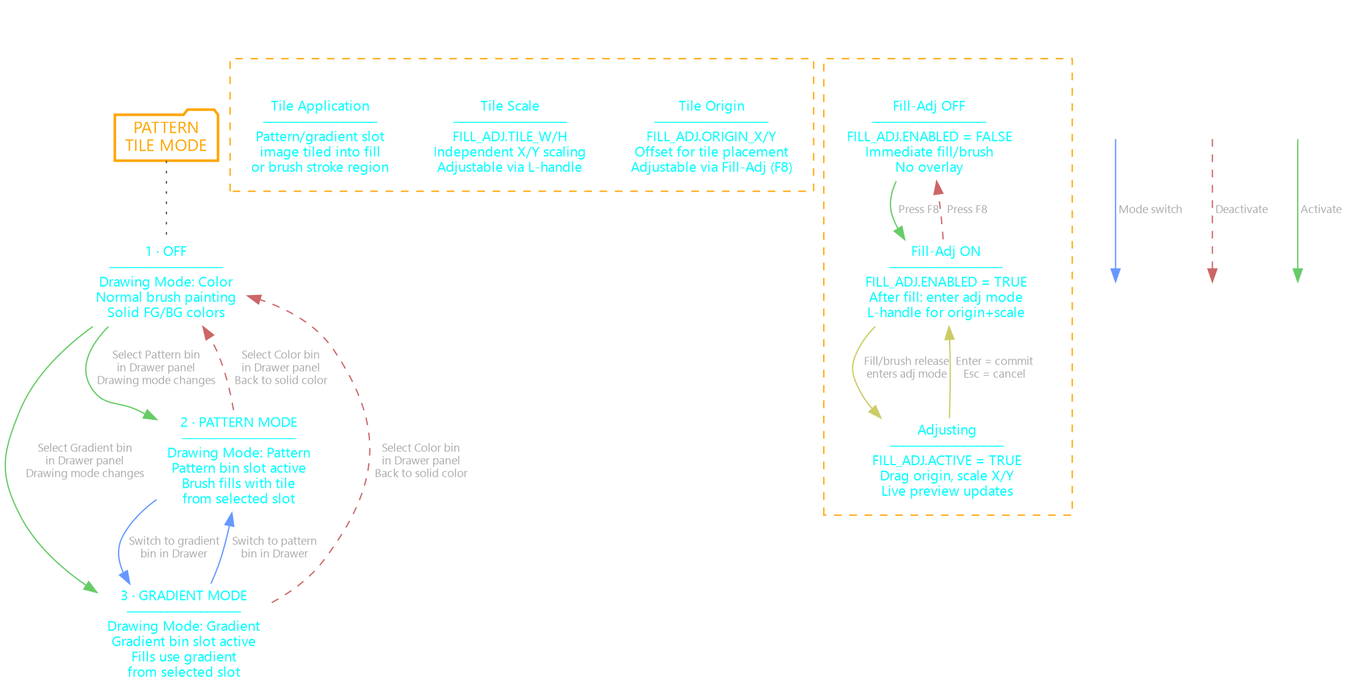
Above: PLANS/diagrams/UTILITIES/PATTERN-TILE-STATES.png in grymmjack/DRAW (Graphviz), before the change. Its source is kept beside it as PLANS/diagrams/UTILITIES/PATTERN-TILE-STATES.DOT. Its diagram source:
```dot
digraph PATTERN_TILE_STATES {
    label="PATTERN TILE MODE STATE MACHINE" labelloc=t labeljust=c
    ordering=out rankdir=TB
    fontcolor=white fontsize=24.0 fontname="Cascadia Code PL"
    splines=true compound=true
    bgcolor=transparent
    edge [
        color=gray fontcolor="#aaaaaa" fontsize=9.0
        fontname="Cascadia Code PL"
    ];
    node [
        color=white shape=rect style=""
        fontname="Cascadia Code PL" fontsize=11.0 fontcolor=cyan
    ];

    { node [shape=folder color=orange penwidth=2 fontcolor=orange fontsize=13.0];
        MAIN [label="PATTERN\nTILE MODE"];
    }

    S_OFF [label="1 · OFF\n─────────────────\nDrawing Mode: Color\nNormal brush painting\nSolid FG/BG colors"];
    S_PATTERN [label="2 · PATTERN MODE\n─────────────────\nDrawing Mode: Pattern\nPattern bin slot active\nBrush fills with tile\nfrom selected slot"];
    S_GRADIENT [label="3 · GRADIENT MODE\n─────────────────\nDrawing Mode: Gradient\nGradient bin slot active\nFills use gradient\nfrom selected slot"];

    S_OFF -> S_PATTERN [label="  Select Pattern bin\n  in Drawer panel\n  Drawing mode changes" color="#66cc66"];
    S_OFF -> S_GRADIENT [label="  Select Gradient bin\n  in Drawer panel\n  Drawing mode changes" color="#66cc66"];
    S_PATTERN -> S_OFF [label="  Select Color bin\n  in Drawer panel\n  Back to solid color" color="#cc6666" style=dashed];
    S_GRADIENT -> S_OFF [label="  Select Color bin\n  in Drawer panel\n  Back to solid color" color="#cc6666" style=dashed];
    S_PATTERN -> S_GRADIENT [label="  Switch to gradient\n  bin in Drawer" color="#6699ff"];
    S_GRADIENT -> S_PATTERN [label="  Switch to pattern\n  bin in Drawer" color="#6699ff"];

    MAIN -> S_OFF [arrowhead=none color="#555555" style=dotted];
    { rank=min; MAIN }

    subgraph cluster_tiling {
        label="TILE RENDERING" labelloc=t labeljust=l
        fontcolor=white fontsize=11.0 fontname="Cascadia Code PL"
        color=orange style=dashed penwidth=1

        T1 [label="Tile Origin\n─────────────────\nFILL_ADJ.ORIGIN_X/Y\nOffset for tile placement\nAdjustable via Fill-Adj (F8)"];
        T2 [label="Tile Scale\n─────────────────\nFILL_ADJ.TILE_W/H\nIndependent X/Y scaling\nAdjustable via L-handle"];
        T3 [label="Tile Application\n─────────────────\nPattern/gradient slot\nimage tiled into fill\nor brush stroke region"];
    }

    subgraph cluster_fill_adj {
        label="FILL ADJUSTMENT (F8)" labelloc=t labeljust=l
        fontcolor=white fontsize=11.0 fontname="Cascadia Code PL"
        color=orange style=dashed penwidth=1

        F_OFF [label="Fill-Adj OFF\n─────────────────\nFILL_ADJ.ENABLED = FALSE\nImmediate fill/brush\nNo overlay"];
        F_ON [label="Fill-Adj ON\n─────────────────\nFILL_ADJ.ENABLED = TRUE\nAfter fill: enter adj mode\nL-handle for origin+scale"];
        F_ACTIVE [label="Adjusting\n─────────────────\nFILL_ADJ.ACTIVE = TRUE\nDrag origin, scale X/Y\nLive preview updates"];

        F_OFF -> F_ON [label="  Press F8" color="#66cc66"];
        F_ON -> F_OFF [label="  Press F8" color="#cc6666" style=dashed];
        F_ON -> F_ACTIVE [label="  Fill/brush release\n  enters adj mode" color="#cccc66"];
        F_ACTIVE -> F_ON [label="  Enter = commit\n  Esc = cancel" color="#cccc66"];
    }

    subgraph cluster_legend {
        label="LEGEND" labelloc=t labeljust=l
        fontcolor=white fontsize=11.0 fontname="Cascadia Code PL"
        color=white style=dashed penwidth=1
        L1 [label="" shape=point width=0.01]; L2 [label="" shape=point width=0.01];
        L3 [label="" shape=point width=0.01]; L4 [label="" shape=point width=0.01];
        L5 [label="" shape=point width=0.01]; L6 [label="" shape=point width=0.01];
        L1 -> L2 [label=" Activate" arrowhead=normal color="#66cc66" fontsize=9.0];
        L3 -> L4 [label=" Deactivate" arrowhead=normal color="#cc6666" style=dashed fontsize=9.0];
        L5 -> L6 [label=" Mode switch" arrowhead=normal color="#6699ff" fontsize=9.0];
    }
}
```
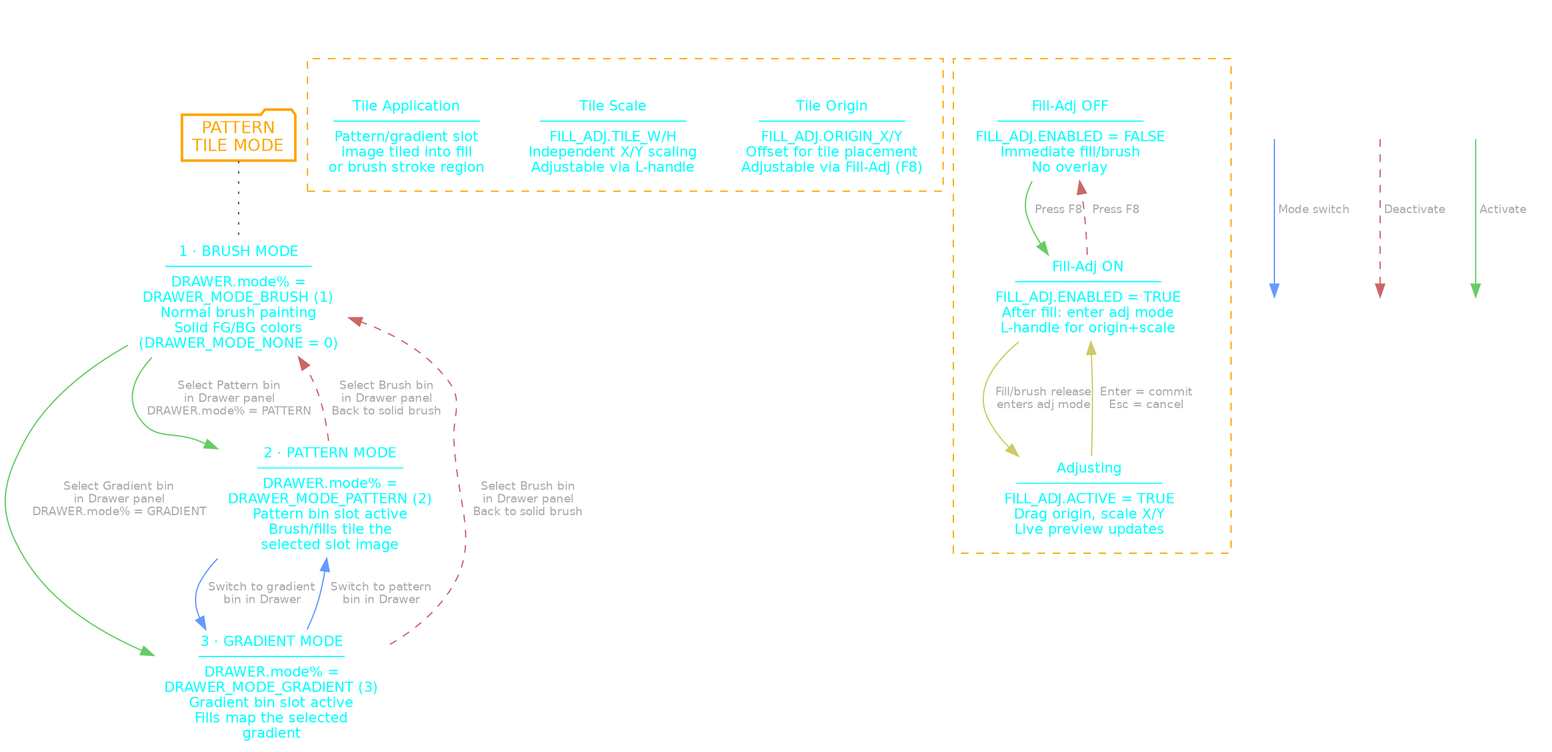
Later version of the same file.

Diff of the diagram source:
```diff
@@ -17,14 +17,14 @@
         MAIN [label="PATTERN\nTILE MODE"];
     }
 
-    S_OFF [label="1 · OFF\n─────────────────\nDrawing Mode: Color\nNormal brush painting\nSolid FG/BG colors"];
-    S_PATTERN [label="2 · PATTERN MODE\n─────────────────\nDrawing Mode: Pattern\nPattern bin slot active\nBrush fills with tile\nfrom selected slot"];
-    S_GRADIENT [label="3 · GRADIENT MODE\n─────────────────\nDrawing Mode: Gradient\nGradient bin slot active\nFills use gradient\nfrom selected slot"];
+    S_OFF [label="1 · BRUSH MODE\n─────────────────\nDRAWER.mode% =\nDRAWER_MODE_BRUSH (1)\nNormal brush painting\nSolid FG/BG colors\n(DRAWER_MODE_NONE = 0)"];
+    S_PATTERN [label="2 · PATTERN MODE\n─────────────────\nDRAWER.mode% =\nDRAWER_MODE_PATTERN (2)\nPattern bin slot active\nBrush/fills tile the\nselected slot image"];
+    S_GRADIENT [label="3 · GRADIENT MODE\n─────────────────\nDRAWER.mode% =\nDRAWER_MODE_GRADIENT (3)\nGradient bin slot active\nFills map the selected\ngradient"];
 
-    S_OFF -> S_PATTERN [label="  Select Pattern bin\n  in Drawer panel\n  Drawing mode changes" color="#66cc66"];
-    S_OFF -> S_GRADIENT [label="  Select Gradient bin\n  in Drawer panel\n  Drawing mode changes" color="#66cc66"];
-    S_PATTERN -> S_OFF [label="  Select Color bin\n  in Drawer panel\n  Back to solid color" color="#cc6666" style=dashed];
-    S_GRADIENT -> S_OFF [label="  Select Color bin\n  in Drawer panel\n  Back to solid color" color="#cc6666" style=dashed];
+    S_OFF -> S_PATTERN [label="  Select Pattern bin\n  in Drawer panel\n  DRAWER.mode% = PATTERN" color="#66cc66"];
+    S_OFF -> S_GRADIENT [label="  Select Gradient bin\n  in Drawer panel\n  DRAWER.mode% = GRADIENT" color="#66cc66"];
+    S_PATTERN -> S_OFF [label="  Select Brush bin\n  in Drawer panel\n  Back to solid brush" color="#cc6666" style=dashed];
+    S_GRADIENT -> S_OFF [label="  Select Brush bin\n  in Drawer panel\n  Back to solid brush" color="#cc6666" style=dashed];
     S_PATTERN -> S_GRADIENT [label="  Switch to gradient\n  bin in Drawer" color="#6699ff"];
     S_GRADIENT -> S_PATTERN [label="  Switch to pattern\n  bin in Drawer" color="#6699ff"];
 
```
